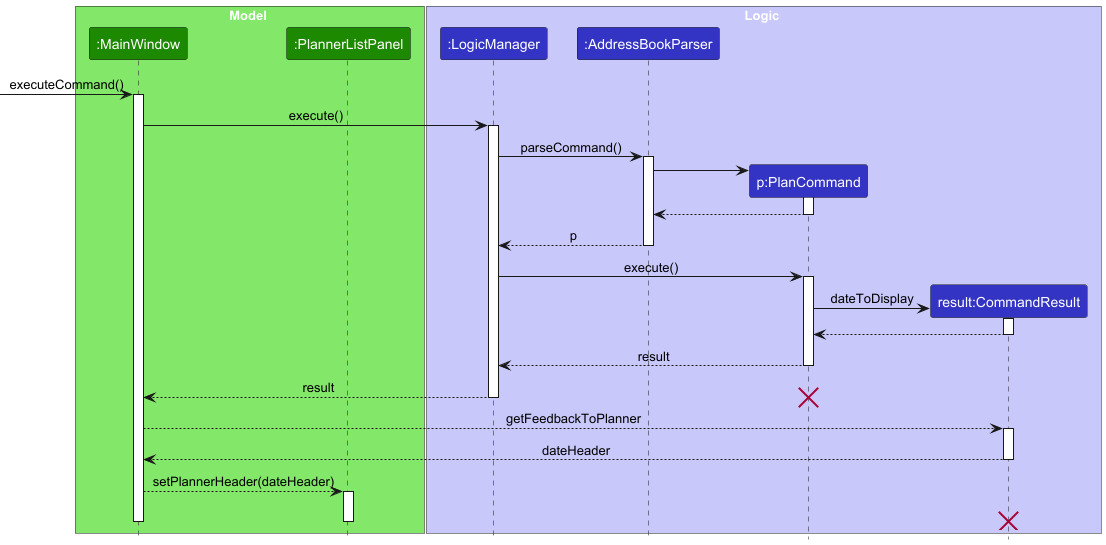
Earlier version of the PlantUML export docs/images/PlanSequenceDiagram.png (TacoTako/tp).
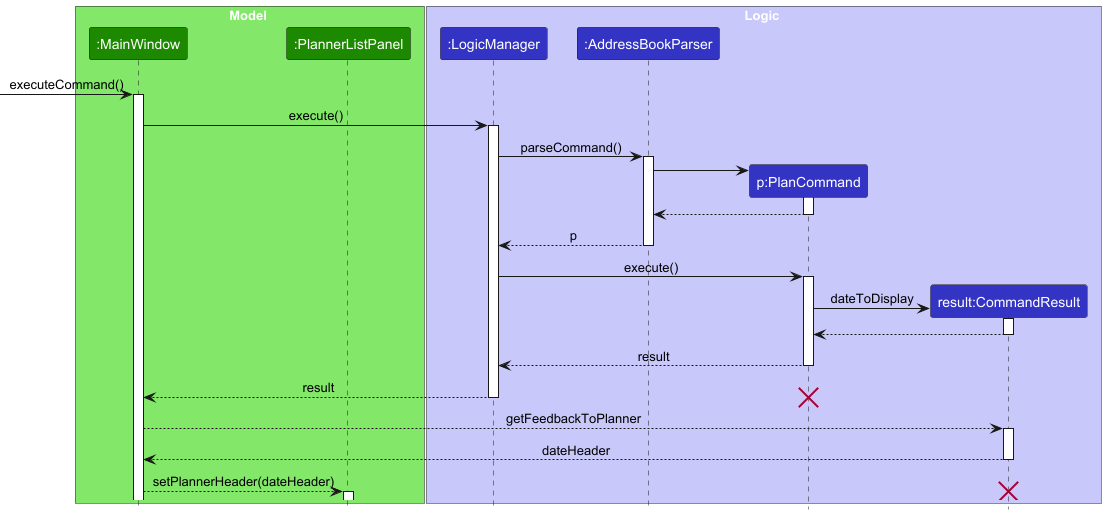
After the change.

The edit, as a diff of the source:
```diff
@@ -58,8 +58,7 @@
 deactivate Result
 
 Main --> Planner : setPlannerHeader(dateHeader)
+destroy Result
 activate Planner
-destroy Result
 deactivate Planner
-deactivate Main
 @enduml
```
